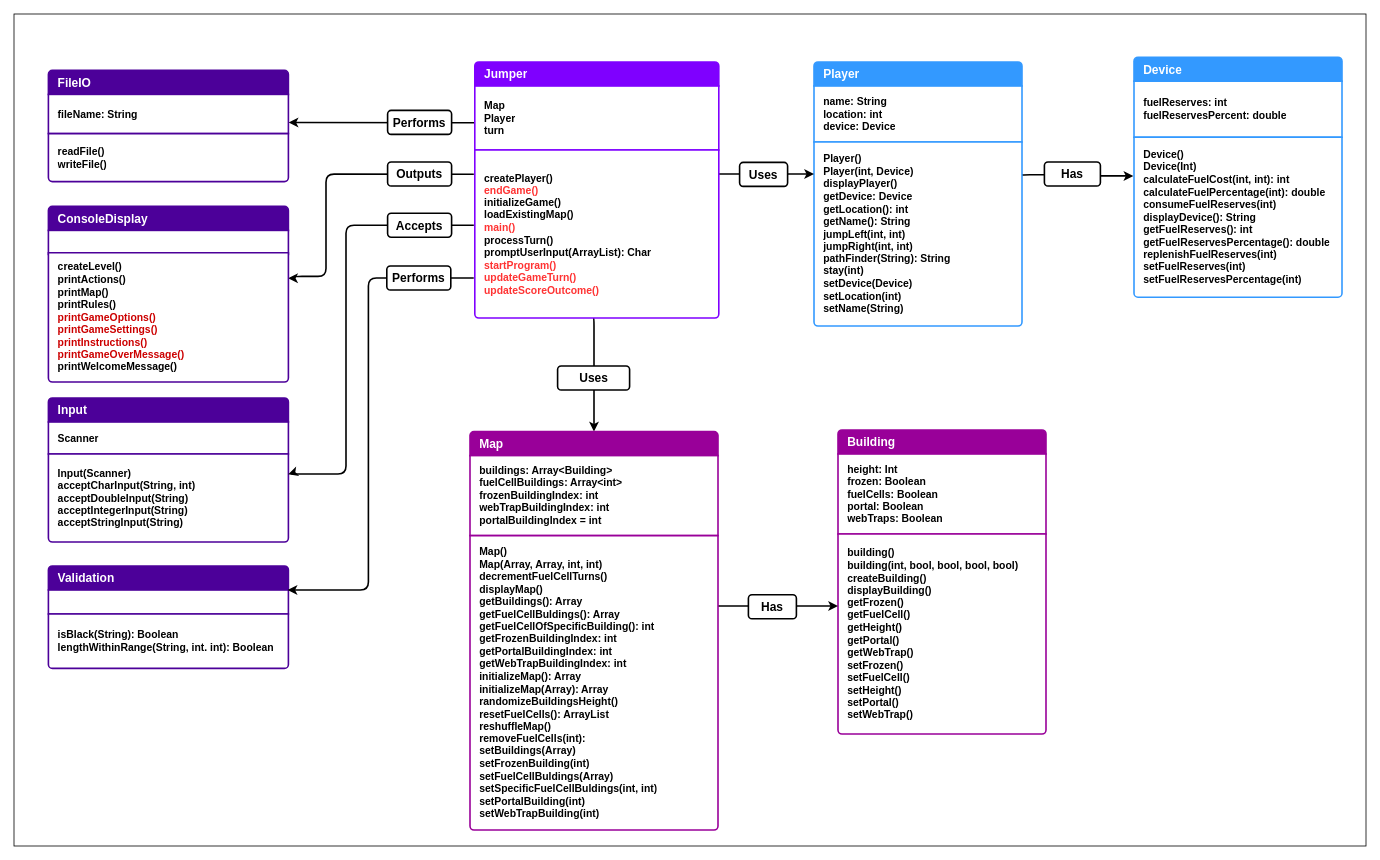
Above: Java Programming/Assignment Java Jumper/doc/ClassDiagram.drawio in ByteToBits/CompScience (draw.io), before the change. Source tidied: cells renumbered, new cells numbered last; positions are measured from the earlier drawing's top-left corner, leaving out a move shared by most shapes. Both pictures are drawn from the tidied source at 80%, with x=0, y=0 at pixel (14, 14).
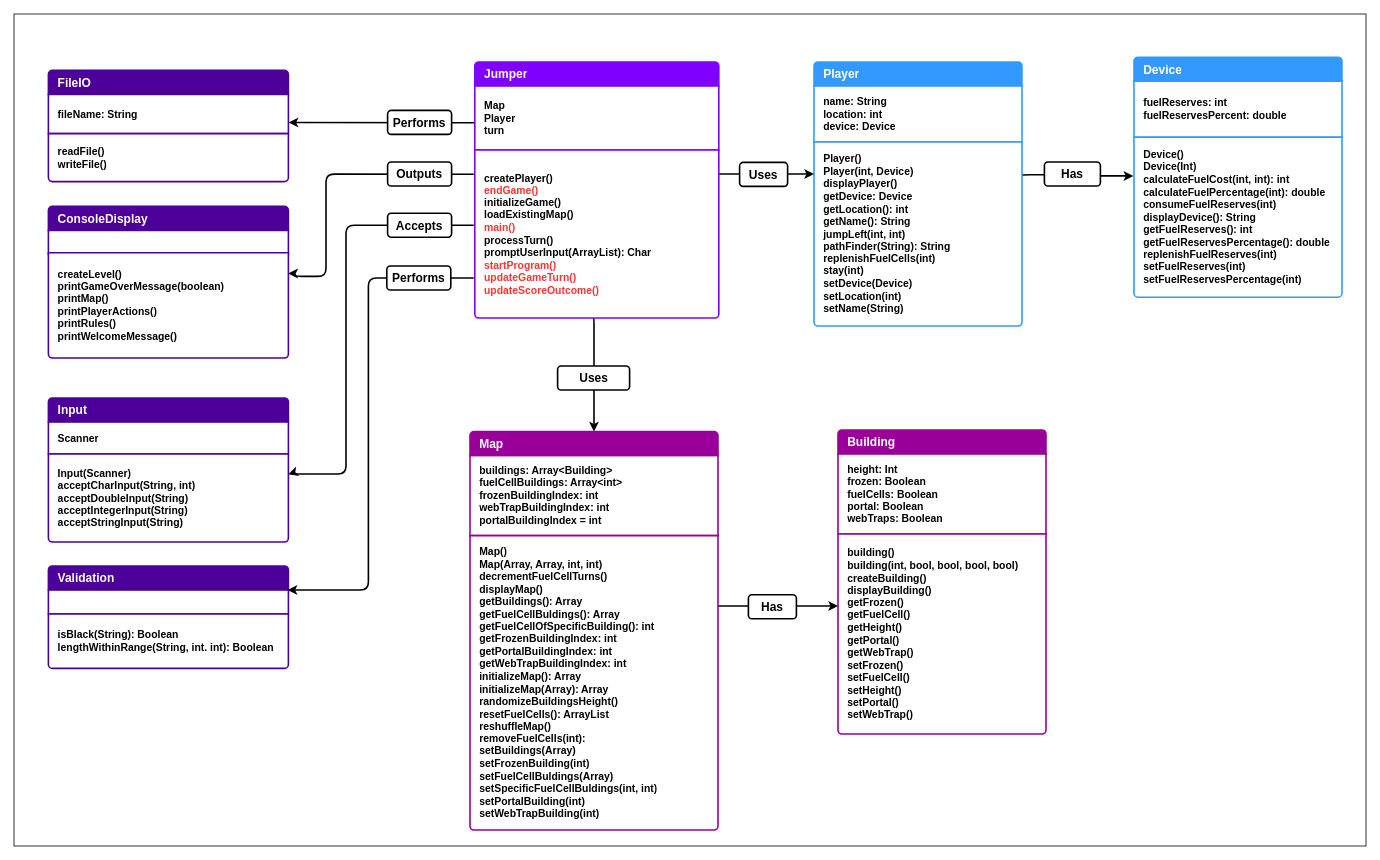
Above is the later version.

Unchanged cells that the change refers to:
```xml
<mxCell id="25" style="swimlane;fontStyle=1;horizontal=1;startSize=0;whiteSpace=wrap;html=1;strokeColor=none;fillColor=none;strokeWidth=2;labelPadding=0;labelBorderColor=none;fontSize=13;shadow=0;perimeterSpacing=0;swimlaneLine=0;" parent="1" vertex="1">
  <mxGeometry x="1000" y="60" width="260" height="330" as="geometry" />
</mxCell>
```

The edit, as a diff of the source:
```diff
@@
-    <mxCell id="28" value="&lt;div&gt;Player()&lt;/div&gt;&lt;div&gt;Player(int, Device)&lt;/div&gt;&lt;div&gt;displayPlayer()&lt;/div&gt;&lt;div&gt;getDevice: Device&lt;br&gt;&lt;/div&gt;&lt;div&gt;getLocation(): int&lt;/div&gt;&lt;div&gt;getName(): String&lt;/div&gt;&lt;div&gt;jumpLeft(int, int)&lt;/div&gt;&lt;div&gt;jumpRight(int, int)&lt;/div&gt;&lt;div&gt;pathFinder(String): String&lt;/div&gt;&lt;div&gt;stay(int)&lt;/div&gt;&lt;div&gt;setDevice(Device)&lt;br&gt;&lt;/div&gt;&lt;div&gt;setLocation(int)&lt;/div&gt;&lt;div&gt;setName(String)&lt;/div&gt;" style="text;strokeColor=#3399ff;fillColor=#FFFFFF;align=left;verticalAlign=middle;spacingLeft=10;spacingRight=10;overflow=hidden;whiteSpace=wrap;html=1;shape=mxgraph.bootstrap.bottomButton;rSize=5;fontColor=#000000;strokeWidth=2;labelPadding=0;labelBorderColor=none;fontSize=13;fontStyle=1;shadow=0;perimeterSpacing=0;swimlaneLine=0;" parent="25" vertex="1">
+    <mxCell id="28" value="&lt;div&gt;Player()&lt;/div&gt;&lt;div&gt;Player(int, Device)&lt;/div&gt;&lt;div&gt;displayPlayer()&lt;/div&gt;&lt;div&gt;getDevice: Device&lt;br&gt;&lt;/div&gt;&lt;div&gt;getLocation(): int&lt;/div&gt;&lt;div&gt;getName(): String&lt;/div&gt;&lt;div&gt;jumpLeft(int, int)&lt;/div&gt;&lt;div&gt;pathFinder(String): String&lt;/div&gt;&lt;div&gt;replenishFuelCells(int)&lt;/div&gt;&lt;div&gt;stay(int)&lt;/div&gt;&lt;div&gt;setDevice(Device)&lt;br&gt;&lt;/div&gt;&lt;div&gt;setLocation(int)&lt;/div&gt;&lt;div&gt;setName(String)&lt;/div&gt;" style="text;strokeColor=#3399ff;fillColor=#FFFFFF;align=left;verticalAlign=middle;spacingLeft=10;spacingRight=10;overflow=hidden;whiteSpace=wrap;html=1;shape=mxgraph.bootstrap.bottomButton;rSize=5;fontColor=#000000;strokeWidth=2;labelPadding=0;labelBorderColor=none;fontSize=13;fontStyle=1;shadow=0;perimeterSpacing=0;swimlaneLine=0;" parent="25" vertex="1">
       <mxGeometry y="100" width="260" height="230" as="geometry" />
     </mxCell>
@@
-    <mxCell id="36" value="&lt;div&gt;createLevel()&lt;/div&gt;&lt;div&gt;printActions()&lt;/div&gt;printMap()&lt;div&gt;printRules()&lt;br&gt;&lt;div&gt;&lt;font color=&quot;#cc0000&quot;&gt;printGameOptions()&lt;/font&gt;&lt;/div&gt;&lt;div&gt;&lt;font color=&quot;#cc0000&quot;&gt;printGameSettings()&lt;/font&gt;&lt;div&gt;&lt;div&gt;&lt;font color=&quot;#cc0000&quot;&gt;printInstructions()&lt;/font&gt;&lt;/div&gt;&lt;div&gt;&lt;font color=&quot;#cc0000&quot;&gt;printGameOverMessage()&lt;/font&gt;&lt;/div&gt;&lt;/div&gt;&lt;/div&gt;&lt;div&gt;printWelcomeMessage()&lt;font color=&quot;#cc0000&quot;&gt;&lt;br&gt;&lt;/font&gt;&lt;/div&gt;&lt;/div&gt;" style="text;strokeColor=#4C0099;fillColor=#FFFFFF;align=left;verticalAlign=middle;spacingLeft=10;spacingRight=10;overflow=hidden;points=[[0,0.5],[1,0.5]];portConstraint=eastwest;whiteSpace=wrap;html=1;shape=mxgraph.bootstrap.bottomButton;rSize=5;fontColor=#000000;strokeWidth=2;labelPadding=0;labelBorderColor=none;fontSize=13;fontStyle=1;shadow=0;perimeterSpacing=0;swimlaneLine=0;" parent="1" vertex="1">
-      <mxGeometry x="43" y="298.5" width="300" height="161.5" as="geometry" />
+    <mxCell id="36" value="&lt;div&gt;createLevel()&lt;/div&gt;&lt;div&gt;&lt;span style=&quot;background-color: initial;&quot;&gt;printGameOverMessage(boolean)&lt;/span&gt;&lt;/div&gt;printMap()&lt;div&gt;printPlayerActions()&lt;br&gt;&lt;div&gt;printRules()&lt;div&gt;printWelcomeMessage()&lt;font color=&quot;#cc0000&quot;&gt;&lt;br&gt;&lt;/font&gt;&lt;/div&gt;&lt;/div&gt;&lt;/div&gt;" style="text;strokeColor=#4C0099;fillColor=#FFFFFF;align=left;verticalAlign=middle;spacingLeft=10;spacingRight=10;overflow=hidden;points=[[0,0.5],[1,0.5]];portConstraint=eastwest;whiteSpace=wrap;html=1;shape=mxgraph.bootstrap.bottomButton;rSize=5;fontColor=#000000;strokeWidth=2;labelPadding=0;labelBorderColor=none;fontSize=13;fontStyle=1;shadow=0;perimeterSpacing=0;swimlaneLine=0;" parent="1" vertex="1">
+      <mxGeometry x="43" y="298.5" width="300" height="131.5" as="geometry" />
     </mxCell>
```
